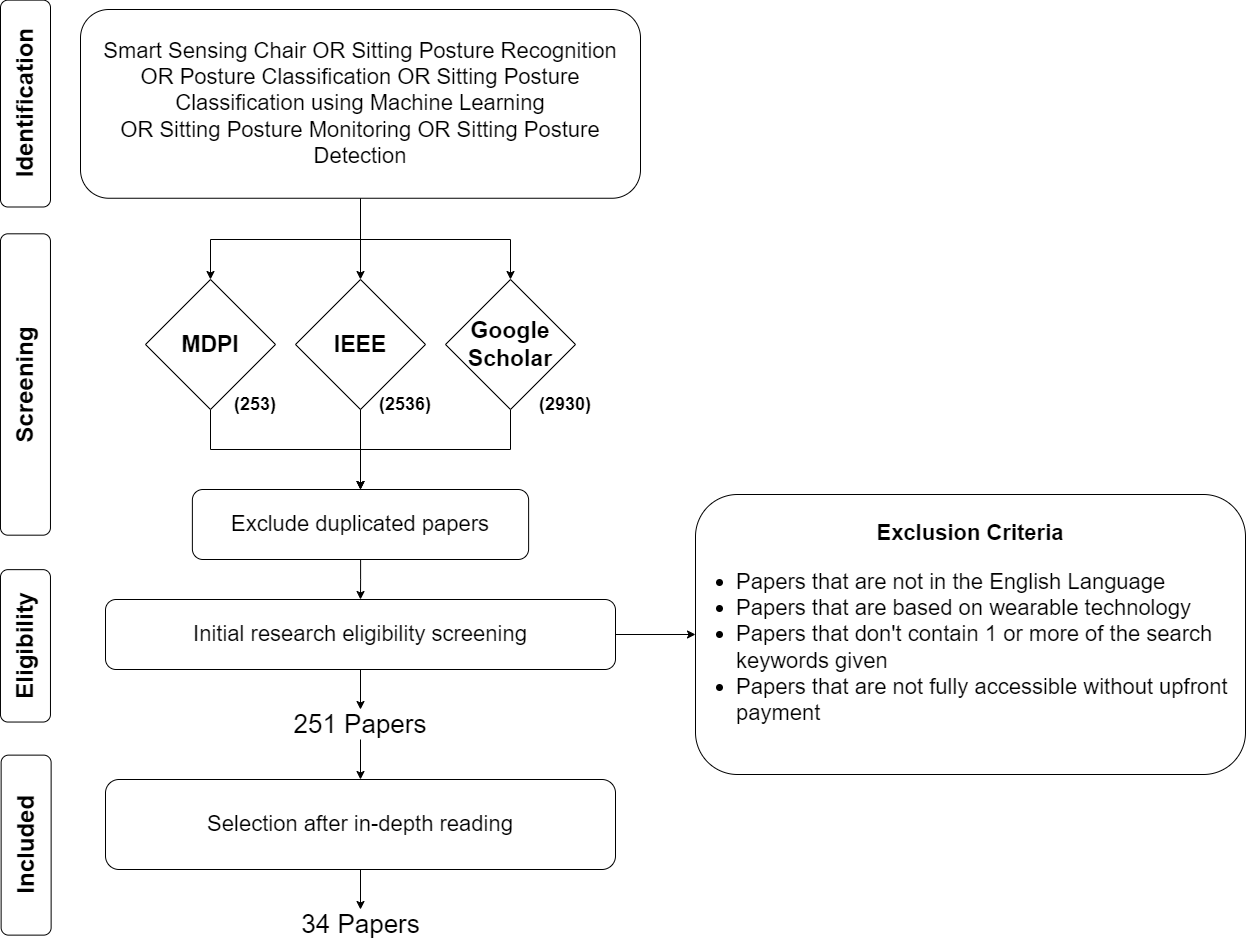
Olatokumbo/Research keeps this draw.io diagram as Literature Screening.drawio.png. Above is the earlier version. Source tidied: cells renumbered, new cells last; positions are measured from the earlier drawing's top-left corner, leaving out a move shared by most shapes.
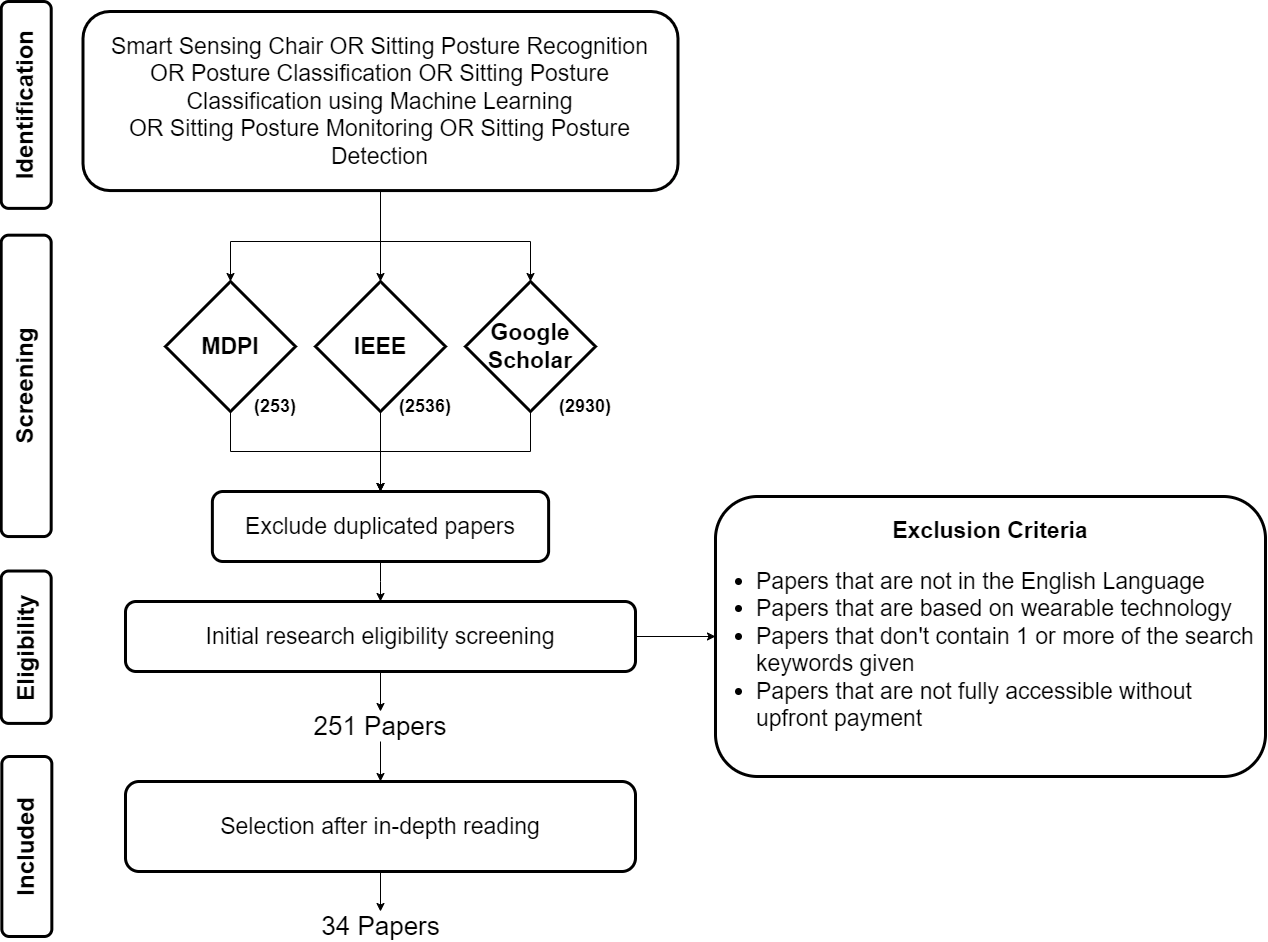
The same diagram one commit later.

The edit, as a diff of the source:
```diff
@@ -2,14 +2,14 @@
   <root>
     <mxCell id="0" />
     <mxCell id="1" parent="0" />
-    <mxCell id="2" value="&lt;font style=&quot;font-size: 24px;&quot;&gt;Identification&lt;/font&gt;" style="rounded=1;whiteSpace=wrap;html=1;rotation=-90;fontStyle=1;" parent="1" vertex="1">
-      <mxGeometry x="47.6" y="69.1" width="206.9" height="50" as="geometry" />
+    <mxCell id="2" value="&lt;font style=&quot;font-size: 24px;&quot;&gt;Identification&lt;/font&gt;" style="rounded=1;whiteSpace=wrap;html=1;rotation=-90;fontStyle=1;strokeWidth=3;" parent="1" vertex="1">
+      <mxGeometry x="28.3" y="68.4" width="206.9" height="50" as="geometry" />
     </mxCell>
-    <mxCell id="3" value="&lt;font style=&quot;font-size: 24px;&quot;&gt;Screening&lt;br&gt;&lt;/font&gt;" style="rounded=1;whiteSpace=wrap;html=1;rotation=-90;fontStyle=1;" parent="1" vertex="1">
-      <mxGeometry x="0.3" y="350" width="301.4" height="50" as="geometry" />
+    <mxCell id="3" value="&lt;font style=&quot;font-size: 24px;&quot;&gt;Screening&lt;br&gt;&lt;/font&gt;" style="rounded=1;whiteSpace=wrap;html=1;rotation=-90;fontStyle=1;strokeWidth=3;" parent="1" vertex="1">
+      <mxGeometry x="-19" y="349.4" width="301.4" height="50" as="geometry" />
     </mxCell>
-    <mxCell id="4" value="&lt;font style=&quot;font-size: 24px;&quot;&gt;Included&lt;br&gt;&lt;/font&gt;" style="rounded=1;whiteSpace=wrap;html=1;rotation=-90;fontStyle=1;" parent="1" vertex="1">
-      <mxGeometry x="61.6" y="810.6" width="180" height="50" as="geometry" />
+    <mxCell id="4" value="&lt;font style=&quot;font-size: 24px;&quot;&gt;Included&lt;br&gt;&lt;/font&gt;" style="rounded=1;whiteSpace=wrap;html=1;rotation=-90;fontStyle=1;strokeWidth=3;" parent="1" vertex="1">
+      <mxGeometry x="42.3" y="810" width="180" height="50" as="geometry" />
     </mxCell>
     <mxCell id="5" style="edgeStyle=orthogonalEdgeStyle;rounded=0;jettySize=auto;html=1;entryX=0.5;entryY=0;entryDx=0;entryDy=0;" parent="1" edge="1" source="8" target="10">
       <mxGeometry relative="1" as="geometry">
@@ -30,8 +30,8 @@
         </Array>
       </mxGeometry>
     </mxCell>
-    <mxCell id="8" value="&lt;div style=&quot;font-size: 22px;&quot;&gt;&lt;font style=&quot;font-size: 22px;&quot;&gt;Smart Sensing Chair&lt;span style=&quot;background-color: initial;&quot;&gt;&lt;span style=&quot;white-space: pre;&quot;&gt;&amp;nbsp;OR &lt;/span&gt;&lt;/span&gt;&lt;span style=&quot;background-color: initial;&quot;&gt;Sitting Posture Recognition&lt;/span&gt;&lt;/font&gt;&lt;/div&gt;&lt;div style=&quot;font-size: 22px;&quot;&gt;&lt;font style=&quot;font-size: 22px;&quot;&gt;OR Posture Classification OR&amp;nbsp;&lt;span style=&quot;background-color: initial;&quot;&gt;Sitting Posture Classification using Machine Learning&lt;/span&gt;&lt;/font&gt;&lt;/div&gt;&lt;div style=&quot;font-size: 22px;&quot;&gt;&lt;font style=&quot;font-size: 22px;&quot;&gt;OR Sitting Posture Monitoring OR &lt;span style=&quot;background-color: initial;&quot;&gt;Sitting Posture Detection&lt;/span&gt;&lt;/font&gt;&lt;/div&gt;" style="rounded=1;whiteSpace=wrap;html=1;" parent="1" vertex="1">
-      <mxGeometry x="206" width="560" height="188.8" as="geometry" />
+    <mxCell id="8" value="&lt;div style=&quot;font-size: 23px;&quot;&gt;&lt;font style=&quot;font-size: 23px;&quot;&gt;Smart Sensing Chair&lt;span style=&quot;white-space: pre;&quot;&gt;&amp;nbsp;OR &lt;/span&gt;Sitting Posture Recognition&lt;/font&gt;&lt;/div&gt;&lt;div style=&quot;font-size: 23px;&quot;&gt;&lt;font style=&quot;font-size: 23px;&quot;&gt;OR Posture Classification OR&amp;nbsp;&lt;span style=&quot;&quot;&gt;Sitting Posture Classification using Machine Learning&lt;/span&gt;&lt;/font&gt;&lt;/div&gt;&lt;div style=&quot;font-size: 23px;&quot;&gt;&lt;font style=&quot;font-size: 23px;&quot;&gt;OR Sitting Posture Monitoring OR Sitting Posture Detection&lt;/font&gt;&lt;/div&gt;" style="rounded=1;whiteSpace=wrap;html=1;strokeWidth=3;labelBackgroundColor=none;" parent="1" vertex="1">
+      <mxGeometry x="188.5" width="595" height="179.1" as="geometry" />
     </mxCell>
     <mxCell id="9" style="edgeStyle=orthogonalEdgeStyle;rounded=0;jettySize=auto;html=1;entryX=0.5;entryY=0;entryDx=0;entryDy=0;" parent="1" edge="1" source="10" target="16">
       <mxGeometry relative="1" as="geometry">
@@ -41,13 +41,13 @@
         </Array>
       </mxGeometry>
     </mxCell>
-    <mxCell id="10" value="&lt;span style=&quot;font-size: 23px;&quot;&gt;&lt;font style=&quot;font-size: 23px;&quot;&gt;MDPI&lt;/font&gt;&lt;/span&gt;" style="rhombus;whiteSpace=wrap;html=1;fontSize=23;fontStyle=1;" parent="1" vertex="1">
+    <mxCell id="10" value="&lt;span style=&quot;font-size: 23px;&quot;&gt;&lt;font style=&quot;font-size: 23px;&quot;&gt;MDPI&lt;/font&gt;&lt;/span&gt;" style="rhombus;whiteSpace=wrap;html=1;fontSize=23;fontStyle=1;strokeWidth=3;" parent="1" vertex="1">
       <mxGeometry x="271" y="270" width="130" height="130" as="geometry" />
     </mxCell>
     <mxCell id="11" style="edgeStyle=orthogonalEdgeStyle;rounded=0;jettySize=auto;html=1;exitX=0.5;exitY=1;exitDx=0;exitDy=0;entryX=0.5;entryY=0;entryDx=0;entryDy=0;" parent="1" edge="1" source="12" target="16">
       <mxGeometry relative="1" as="geometry" />
     </mxCell>
-    <mxCell id="12" value="&lt;span style=&quot;font-size: 23px;&quot;&gt;&lt;font style=&quot;font-size: 23px;&quot;&gt;IEEE&lt;/font&gt;&lt;/span&gt;" style="rhombus;whiteSpace=wrap;html=1;fontSize=23;fontStyle=1;" parent="1" vertex="1">
+    <mxCell id="12" value="&lt;span style=&quot;font-size: 23px;&quot;&gt;&lt;font style=&quot;font-size: 23px;&quot;&gt;IEEE&lt;/font&gt;&lt;/span&gt;" style="rhombus;whiteSpace=wrap;html=1;fontSize=23;fontStyle=1;strokeWidth=3;" parent="1" vertex="1">
       <mxGeometry x="421" y="270" width="130" height="130" as="geometry" />
     </mxCell>
     <mxCell id="13" style="edgeStyle=orthogonalEdgeStyle;rounded=0;jettySize=auto;html=1;exitX=0.5;exitY=1;exitDx=0;exitDy=0;entryX=0.5;entryY=0;entryDx=0;entryDy=0;" parent="1" edge="1" source="14" target="16">
@@ -58,19 +58,19 @@
         </Array>
       </mxGeometry>
     </mxCell>
-    <mxCell id="14" value="&lt;font style=&quot;font-size: 23px;&quot;&gt;&lt;span style=&quot;font-size: 23px;&quot;&gt;Google Scholar&lt;/span&gt;&lt;/font&gt;" style="rhombus;whiteSpace=wrap;html=1;fontSize=23;fontStyle=1;" parent="1" vertex="1">
+    <mxCell id="14" value="&lt;font style=&quot;font-size: 23px;&quot;&gt;&lt;span style=&quot;font-size: 23px;&quot;&gt;Google Scholar&lt;/span&gt;&lt;/font&gt;" style="rhombus;whiteSpace=wrap;html=1;fontSize=23;fontStyle=1;strokeWidth=3;" parent="1" vertex="1">
       <mxGeometry x="571" y="270" width="130" height="130" as="geometry" />
     </mxCell>
     <mxCell id="15" style="edgeStyle=orthogonalEdgeStyle;rounded=0;jettySize=auto;html=1;entryX=0.5;entryY=0;entryDx=0;entryDy=0;" parent="1" edge="1" source="16" target="21">
       <mxGeometry relative="1" as="geometry" />
     </mxCell>
-    <mxCell id="16" value="&lt;font style=&quot;font-size: 22px;&quot;&gt;Exclude duplicated papers&lt;/font&gt;" style="rounded=1;whiteSpace=wrap;html=1;fontSize=22;" parent="1" vertex="1">
+    <mxCell id="16" value="&lt;font style=&quot;font-size: 23px;&quot;&gt;Exclude duplicated papers&lt;/font&gt;" style="rounded=1;whiteSpace=wrap;html=1;fontSize=22;strokeWidth=3;" parent="1" vertex="1">
       <mxGeometry x="317.9" y="480" width="336.2" height="70" as="geometry" />
     </mxCell>
     <mxCell id="17" style="edgeStyle=orthogonalEdgeStyle;rounded=0;jettySize=auto;html=1;entryX=0.5;entryY=0;entryDx=0;entryDy=0;" parent="1" edge="1" source="18" target="23">
       <mxGeometry relative="1" as="geometry" />
     </mxCell>
-    <mxCell id="18" value="&lt;font style=&quot;font-size: 22px;&quot;&gt;Selection after in-depth reading&lt;/font&gt;" style="rounded=1;whiteSpace=wrap;html=1;fontSize=22;" parent="1" vertex="1">
+    <mxCell id="18" value="&lt;font style=&quot;font-size: 23px;&quot;&gt;Selection after in-depth reading&lt;/font&gt;" style="rounded=1;whiteSpace=wrap;html=1;fontSize=22;strokeWidth=3;" parent="1" vertex="1">
       <mxGeometry x="231" y="770" width="510" height="90" as="geometry" />
     </mxCell>
     <mxCell id="19" style="edgeStyle=orthogonalEdgeStyle;rounded=0;jettySize=auto;html=1;exitX=1;exitY=0.5;exitDx=0;exitDy=0;entryX=0;entryY=0.5;entryDx=0;entryDy=0;" parent="1" edge="1" source="21" target="22">
@@ -79,10 +79,10 @@
     <mxCell id="20" style="edgeStyle=orthogonalEdgeStyle;rounded=0;jettySize=auto;html=1;exitX=0.5;exitY=1;exitDx=0;exitDy=0;entryX=0.5;entryY=0;entryDx=0;entryDy=0;" parent="1" edge="1" source="21" target="28">
       <mxGeometry relative="1" as="geometry" />
     </mxCell>
-    <mxCell id="21" value="&lt;font style=&quot;font-size: 22px;&quot;&gt;Initial research eligibility screening&lt;/font&gt;" style="rounded=1;whiteSpace=wrap;html=1;fontSize=22;" parent="1" vertex="1">
+    <mxCell id="21" value="&lt;font style=&quot;font-size: 23px;&quot;&gt;Initial research eligibility screening&lt;/font&gt;" style="rounded=1;whiteSpace=wrap;html=1;fontSize=22;strokeWidth=3;" parent="1" vertex="1">
       <mxGeometry x="231" y="590" width="510" height="70" as="geometry" />
     </mxCell>
-    <mxCell id="22" value="&lt;font style=&quot;font-size: 22px;&quot;&gt;&lt;b&gt;Exclusion Criteria&lt;/b&gt;&lt;br&gt;&lt;ul&gt;&lt;li style=&quot;text-align: left;&quot;&gt;&lt;font style=&quot;font-size: 22px;&quot;&gt;&lt;span style=&quot;background-color: initial;&quot;&gt;Papers that are not in the English Language&lt;br&gt;&lt;/span&gt;&lt;/font&gt;&lt;/li&gt;&lt;li style=&quot;text-align: left;&quot;&gt;&lt;font style=&quot;font-size: 22px;&quot;&gt;&lt;span style=&quot;background-color: initial;&quot;&gt;Papers that are based on wearable technology&lt;/span&gt;&lt;/font&gt;&lt;/li&gt;&lt;li style=&quot;text-align: left;&quot;&gt;&lt;font style=&quot;font-size: 22px;&quot;&gt;&lt;span style=&quot;background-color: initial;&quot;&gt;Papers that don't contain 1 or more of the search keywords given&lt;/span&gt;&lt;/font&gt;&amp;nbsp;&lt;/li&gt;&lt;li style=&quot;text-align: left;&quot;&gt;&lt;font style=&quot;font-size: 22px;&quot;&gt;&lt;span style=&quot;background-color: initial;&quot;&gt;Papers that are not fully accessible without upfront payment&lt;/span&gt;&lt;/font&gt;&lt;/li&gt;&lt;/ul&gt;&lt;/font&gt;" style="rounded=1;whiteSpace=wrap;html=1;align=center;" parent="1" vertex="1">
+    <mxCell id="22" value="&lt;font style=&quot;font-size: 23px;&quot;&gt;&lt;b&gt;Exclusion Criteria&lt;/b&gt;&lt;br&gt;&lt;ul&gt;&lt;li style=&quot;text-align: left;&quot;&gt;&lt;font style=&quot;font-size: 23px;&quot;&gt;&lt;span style=&quot;background-color: initial;&quot;&gt;Papers that are not in the English Language&lt;br&gt;&lt;/span&gt;&lt;/font&gt;&lt;/li&gt;&lt;li style=&quot;text-align: left;&quot;&gt;&lt;font style=&quot;font-size: 23px;&quot;&gt;&lt;span style=&quot;background-color: initial;&quot;&gt;Papers that are based on wearable technology&lt;/span&gt;&lt;/font&gt;&lt;/li&gt;&lt;li style=&quot;text-align: left;&quot;&gt;&lt;font style=&quot;font-size: 23px;&quot;&gt;&lt;span style=&quot;background-color: initial;&quot;&gt;Papers that don't contain 1 or more of the search keywords given&lt;/span&gt;&lt;/font&gt;&amp;nbsp;&lt;/li&gt;&lt;li style=&quot;text-align: left;&quot;&gt;&lt;font style=&quot;font-size: 23px;&quot;&gt;&lt;span style=&quot;background-color: initial;&quot;&gt;Papers that are not fully accessible without upfront payment&lt;/span&gt;&lt;/font&gt;&lt;/li&gt;&lt;/ul&gt;&lt;/font&gt;" style="rounded=1;whiteSpace=wrap;html=1;align=center;strokeWidth=3;" parent="1" vertex="1">
       <mxGeometry x="821" y="485" width="550" height="280" as="geometry" />
     </mxCell>
     <mxCell id="23" value="&lt;font style=&quot;font-size: 26px;&quot;&gt;34 Papers&lt;/font&gt;" style="text;html=1;strokeColor=none;fillColor=none;align=center;verticalAlign=middle;whiteSpace=wrap;rounded=0;" parent="1" vertex="1">
@@ -103,8 +103,8 @@
     <mxCell id="28" value="&lt;font style=&quot;font-size: 26px;&quot;&gt;251 Papers&lt;/font&gt;" style="text;html=1;strokeColor=none;fillColor=none;align=center;verticalAlign=middle;whiteSpace=wrap;rounded=0;" parent="1" vertex="1">
       <mxGeometry x="411" y="700" width="150" height="30" as="geometry" />
     </mxCell>
-    <mxCell id="29" value="&lt;font style=&quot;font-size: 24px;&quot;&gt;Eligibility&lt;br&gt;&lt;/font&gt;" style="rounded=1;whiteSpace=wrap;html=1;rotation=-90;fontStyle=1;" parent="1" vertex="1">
-      <mxGeometry x="74.8" y="611.4" width="152.4" height="50" as="geometry" />
+    <mxCell id="29" value="&lt;font style=&quot;font-size: 24px;&quot;&gt;Eligibility&lt;br&gt;&lt;/font&gt;" style="rounded=1;whiteSpace=wrap;html=1;rotation=-90;fontStyle=1;strokeWidth=3;" parent="1" vertex="1">
+      <mxGeometry x="55.5" y="610.7" width="152.4" height="50" as="geometry" />
     </mxCell>
   </root>
 </mxGraphModel>
```
